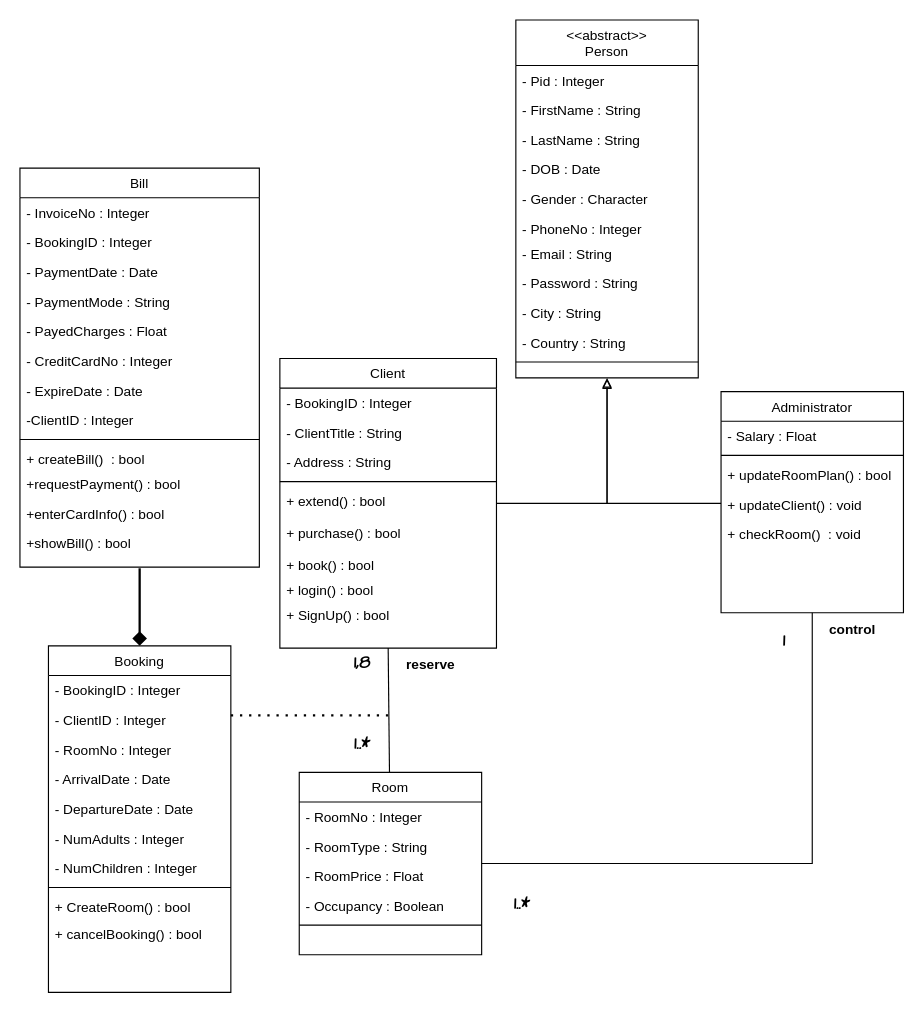
ayman-gassi/Hotel-management keeps this draw.io diagram as UML/HotelClassDiagram.drawio. Above is the earlier version. Source tidied: cells renumbered, new cells numbered last; positions are measured from the earlier drawing's top-left corner, leaving out a move shared by most shapes. Both pictures are drawn from the tidied source at 114%, with x=0, y=0 at pixel (19, 19).
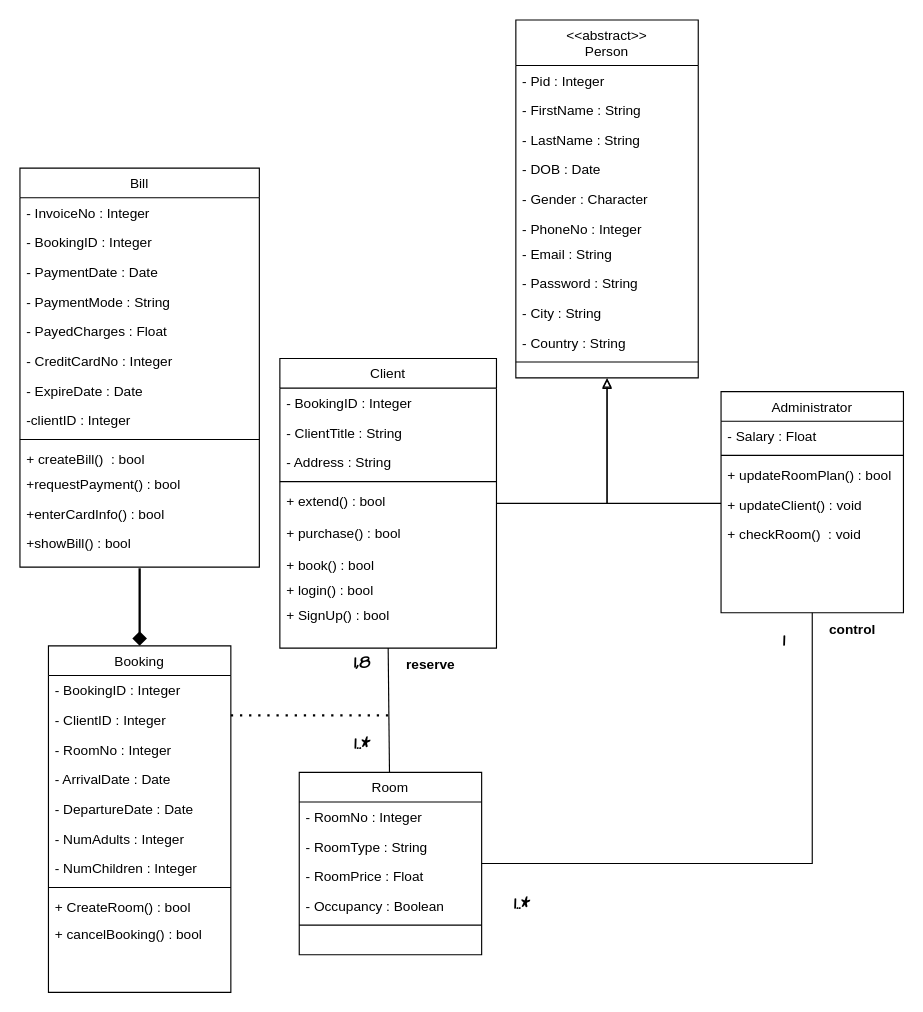
After the change.

Commit message:
UPDATE CLASS DIAGRAM (ADD CLIENTID TO BILL CLASS)

Unchanged cells that the change refers to:
```xml
<mxCell id="25" value="Bill" style="swimlane;fontStyle=0;align=center;verticalAlign=top;horizontal=1;startSize=26;rounded=0;shadow=0;strokeWidth=1;" parent="1" vertex="1">
  <mxGeometry y="130" width="210" height="350" as="geometry" />
</mxCell>
```

Diff of the diagram source:
```diff
@@
-    <mxCell id="33" value="-ClientID : Integer" style="text;align=left;verticalAlign=top;spacingLeft=4;spacingRight=4;overflow=hidden;" parent="25" vertex="1">
+    <mxCell id="33" value="-clientID : Integer" style="text;align=left;verticalAlign=top;spacingLeft=4;spacingRight=4;overflow=hidden;" parent="25" vertex="1">
       <mxGeometry y="208" width="210" height="26" as="geometry" />
     </mxCell>
```
